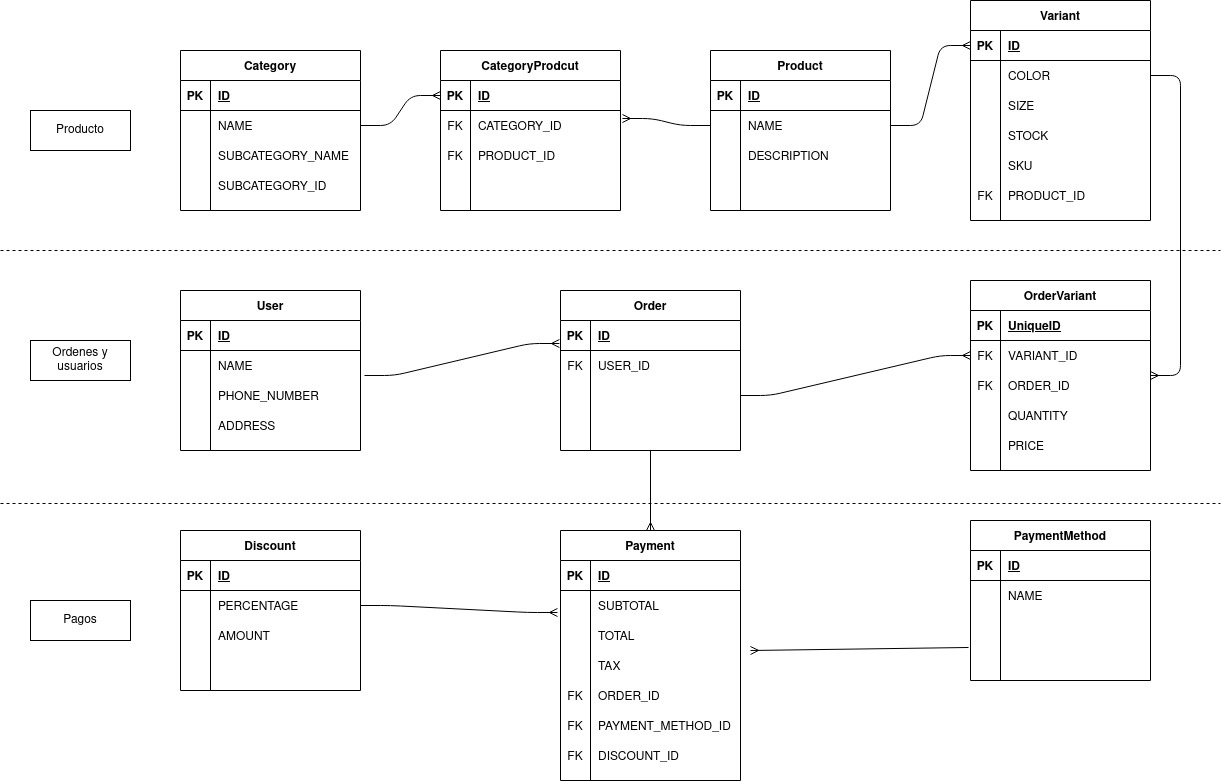
Above: ecommerce.png in gilibethvega/e-comerce (draw.io), before the change. Source tidied: cells renumbered, new cells last; positions are measured from the earlier drawing's top-left corner, leaving out a move shared by most shapes.
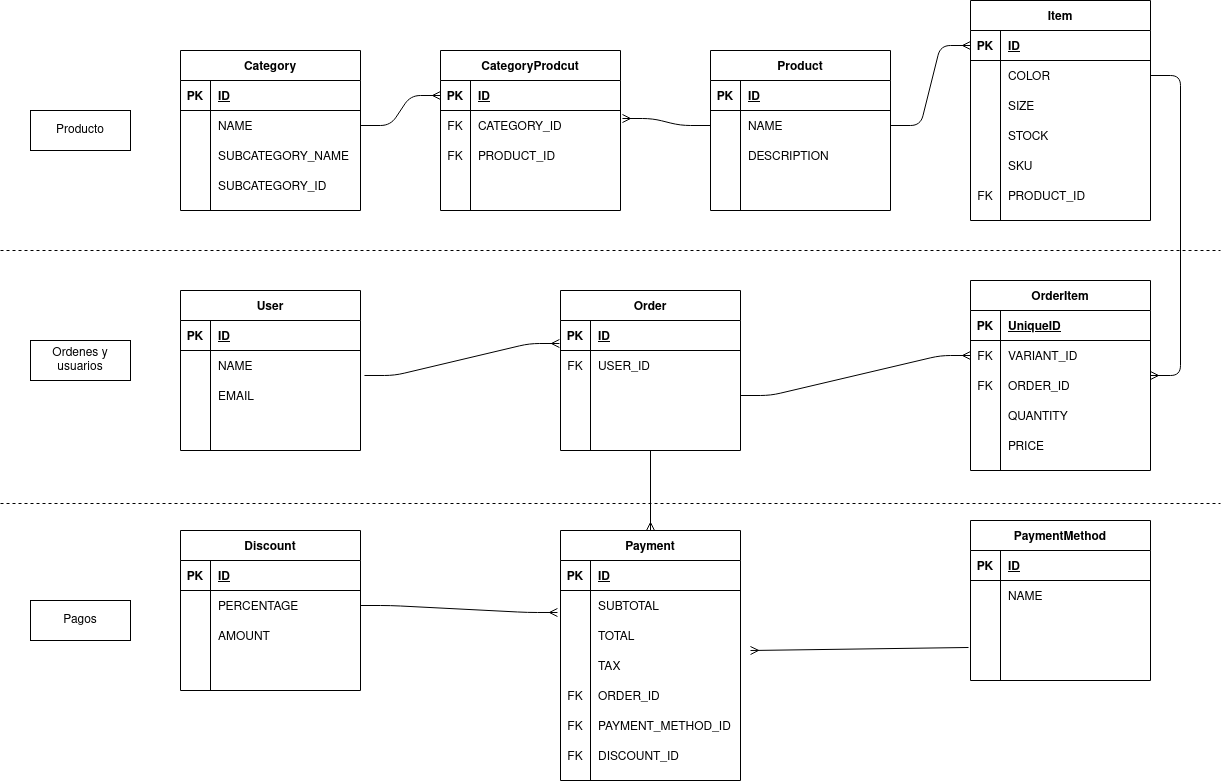
Later version of the same file.

Diff of the diagram source:
```diff
@@ -125,7 +125,7 @@
     <mxCell id="41" style="shape=partialRectangle;fillColor=none;top=0;left=0;bottom=0;right=0;align=left;spacingLeft=6;overflow=hidden;" parent="39" vertex="1">
       <mxGeometry x="30" width="150" height="30" as="geometry" />
     </mxCell>
-    <mxCell id="42" value="Variant" style="shape=table;startSize=30;rowLines=0;fontStyle=1;align=center;" parent="1" vertex="1">
+    <mxCell id="42" value="Item" style="shape=table;startSize=30;rowLines=0;fontStyle=1;align=center;" parent="1" vertex="1">
       <mxGeometry x="970" width="180" height="220" as="geometry" />
     </mxCell>
     <mxCell id="43" style="shape=partialRectangle;fillColor=none;top=0;left=0;bottom=1;right=0;points=[[0,0.5],[1,0.5]];portConstraint=eastwest;" parent="42" vertex="1">
@@ -182,7 +182,7 @@
     <mxCell id="60" value="PRODUCT_ID" style="shape=partialRectangle;fillColor=none;top=0;left=0;bottom=0;right=0;align=left;spacingLeft=6;overflow=hidden;" parent="58" vertex="1">
       <mxGeometry x="30" width="150" height="30" as="geometry" />
     </mxCell>
-    <mxCell id="61" value="OrderVariant" style="shape=table;startSize=30;rowLines=0;fontStyle=1;align=center;" parent="1" vertex="1">
+    <mxCell id="61" value="OrderItem" style="shape=table;startSize=30;rowLines=0;fontStyle=1;align=center;" parent="1" vertex="1">
       <mxGeometry x="970" y="280" width="180" height="190" as="geometry" />
     </mxCell>
     <mxCell id="62" style="shape=partialRectangle;fillColor=none;top=0;left=0;bottom=1;right=0;" parent="61" vertex="1">
@@ -296,7 +296,7 @@
     <mxCell id="98" style="shape=partialRectangle;fillColor=none;top=0;left=0;bottom=0;right=0;overflow=hidden;" parent="97" vertex="1">
       <mxGeometry width="30" height="30" as="geometry" />
     </mxCell>
-    <mxCell id="99" value="PHONE_NUMBER" style="shape=partialRectangle;fillColor=none;top=0;left=0;bottom=0;right=0;align=left;spacingLeft=6;overflow=hidden;" parent="97" vertex="1">
+    <mxCell id="99" value="EMAIL" style="shape=partialRectangle;fillColor=none;top=0;left=0;bottom=0;right=0;align=left;spacingLeft=6;overflow=hidden;" parent="97" vertex="1">
       <mxGeometry x="30" width="150" height="30" as="geometry" />
     </mxCell>
     <mxCell id="100" style="shape=partialRectangle;fillColor=none;top=0;left=0;bottom=0;right=0;" parent="90" vertex="1">
@@ -305,7 +305,7 @@
     <mxCell id="101" style="shape=partialRectangle;fillColor=none;top=0;left=0;bottom=0;right=0;overflow=hidden;" parent="100" vertex="1">
       <mxGeometry width="30" height="30" as="geometry" />
     </mxCell>
-    <mxCell id="102" value="ADDRESS" style="shape=partialRectangle;fillColor=none;top=0;left=0;bottom=0;right=0;align=left;spacingLeft=6;overflow=hidden;" parent="100" vertex="1">
+    <mxCell id="102" style="shape=partialRectangle;fillColor=none;top=0;left=0;bottom=0;right=0;align=left;spacingLeft=6;overflow=hidden;" parent="100" vertex="1">
       <mxGeometry x="30" width="150" height="30" as="geometry" />
     </mxCell>
     <mxCell id="103" value="Payment" style="shape=table;startSize=30;rowLines=0;fontStyle=1;align=center;" parent="1" vertex="1">
```
